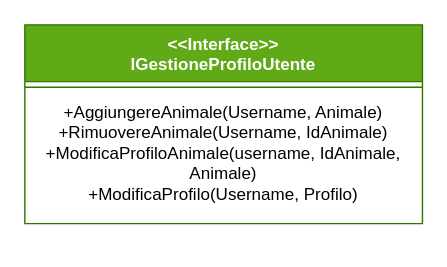
Above: uml/GestioneProfiloUtente Interface.drawio in Iannicc/Pet-Party (draw.io), before the change. Source tidied: cells renumbered, new cells numbered last; positions are measured from the earlier drawing's top-left corner, leaving out a move shared by most shapes. Both pictures are drawn from the tidied source at 142%, with x=0, y=0 at pixel (24, 24).
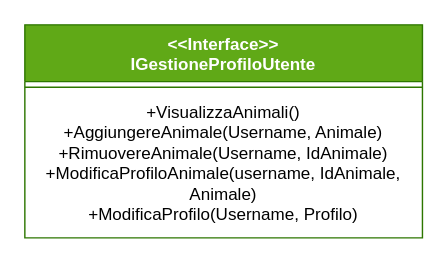
The same diagram, later.

Change to the diagram source:
```diff
@@
 <mxGraphModel>
   <root>
     <mxCell id="0" />
     <mxCell id="1" parent="0" />
     <mxCell id="2" value="&lt;div&gt;&amp;lt;&amp;lt;Interface&amp;gt;&amp;gt;&lt;/div&gt;&lt;div&gt;IGestioneProfiloUtente&lt;br&gt;&lt;/div&gt;" style="swimlane;fontStyle=1;align=center;verticalAlign=top;horizontal=1;startSize=40;whiteSpace=wrap;html=1;fillColor=#60a917;fontColor=#ffffff;strokeColor=#2D7600;" parent="1" vertex="1">
-      <mxGeometry width="280" height="140" as="geometry" />
+      <mxGeometry width="280" height="150" as="geometry" />
     </mxCell>
     <mxCell id="3" style="line;strokeWidth=1;fillColor=none;align=left;verticalAlign=middle;spacingTop=-1;spacingLeft=3;spacingRight=3;labelPosition=right;strokeColor=inherit;" parent="2" vertex="1">
       <mxGeometry y="40" width="280" height="8" as="geometry" />
     </mxCell>
-    <mxCell id="4" value="&lt;div&gt;+AggiungereAnimale(Username, Animale)&lt;/div&gt;&lt;div&gt;+RimuovereAnimale(Username, IdAnimale)&lt;/div&gt;&lt;div&gt;+ModificaProfiloAnimale(username, IdAnimale, Animale)&lt;/div&gt;&lt;div&gt;+ModificaProfilo(Username, Profilo)&lt;br&gt;&lt;/div&gt;" style="text;strokeColor=none;fillColor=none;align=center;verticalAlign=top;spacingLeft=4;spacingRight=4;overflow=hidden;whiteSpace=wrap;html=1;" parent="2" vertex="1">
-      <mxGeometry y="48" width="280" height="92" as="geometry" />
+    <mxCell id="4" value="&lt;div&gt;+VisualizzaAnimali()&lt;br&gt;&lt;/div&gt;&lt;div&gt;+AggiungereAnimale(Username, Animale)&lt;/div&gt;&lt;div&gt;+RimuovereAnimale(Username, IdAnimale)&lt;/div&gt;&lt;div&gt;+ModificaProfiloAnimale(username, IdAnimale, Animale)&lt;/div&gt;&lt;div&gt;+ModificaProfilo(Username, Profilo)&lt;br&gt;&lt;/div&gt;" style="text;strokeColor=none;fillColor=none;align=center;verticalAlign=top;spacingLeft=4;spacingRight=4;overflow=hidden;whiteSpace=wrap;html=1;" parent="2" vertex="1">
+      <mxGeometry y="48" width="280" height="102" as="geometry" />
     </mxCell>
   </root>
 </mxGraphModel>
```
